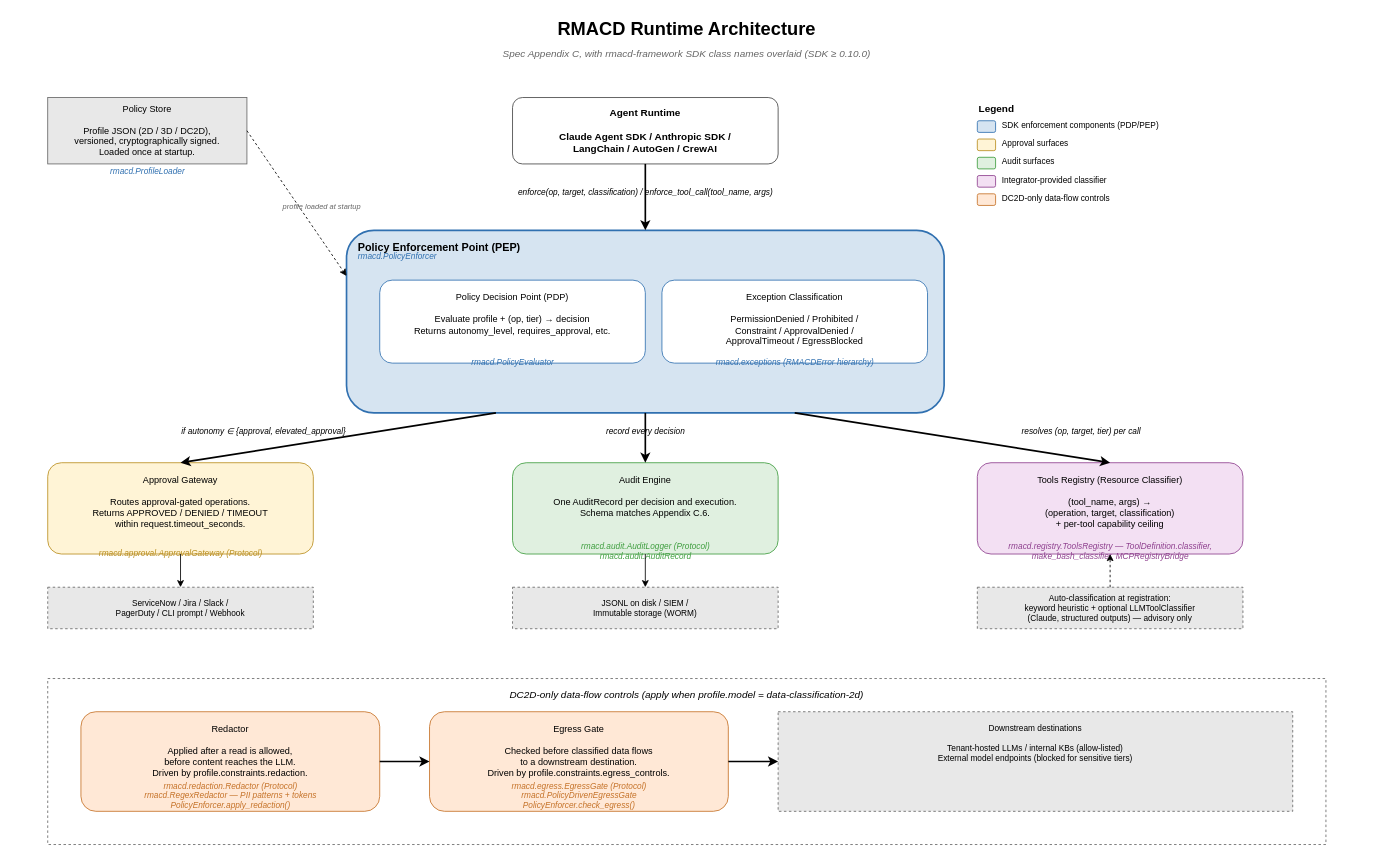
rmacdframework/spec keeps this draw.io diagram as docs/RMACD_Runtime_Architecture.drawio. Above is the earlier version. Source tidied: cells renumbered, new cells numbered last; positions are measured from the earlier drawing's top-left corner, leaving out a move shared by most shapes. Both pictures are drawn from the tidied source at 83%, with x=0, y=0 at pixel (14, 14).
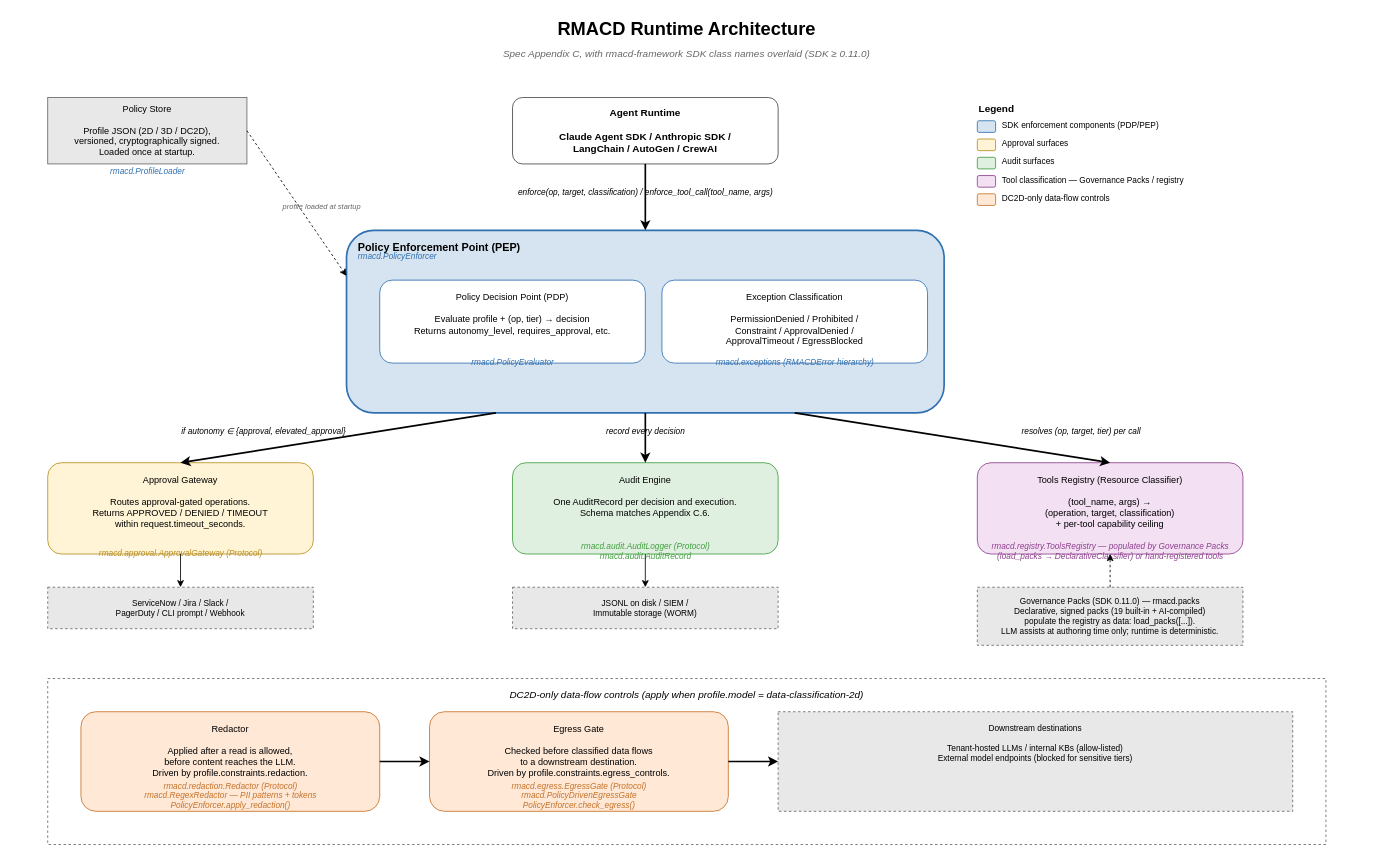
After the change.

Commit message (it also covers changes not shown here):
docs: add Governance Packs diagram; show packs in runtime architecture

Diff of the diagram source:
```diff
@@
-    <mxCell id="3" value="Spec Appendix C, with rmacd-framework SDK class names overlaid (SDK ≥ 0.10.0)" style="text;html=1;align=center;verticalAlign=middle;whiteSpace=wrap;rounded=0;fontSize=12;fontStyle=2;fontColor=#666666;" parent="1" vertex="1">
+    <mxCell id="3" value="Spec Appendix C, with rmacd-framework SDK class names overlaid (SDK ≥ 0.11.0)" style="text;html=1;align=center;verticalAlign=middle;whiteSpace=wrap;rounded=0;fontSize=12;fontStyle=2;fontColor=#666666;" parent="1" vertex="1">
       <mxGeometry y="38" width="1620" height="20" as="geometry" />
     </mxCell>
@@
-    <mxCell id="20" value="rmacd.registry.ToolsRegistry — ToolDefinition.classifier,&#10;make_bash_classifier, MCPRegistryBridge" style="text;html=1;align=center;verticalAlign=middle;fontSize=10;fontStyle=2;fontColor=#8E3F8E;" parent="1" vertex="1">
+    <mxCell id="20" value="rmacd.registry.ToolsRegistry — populated by Governance Packs&#10;(load_packs → DeclarativeClassifier) or hand-registered tools" style="text;html=1;align=center;verticalAlign=middle;fontSize=10;fontStyle=2;fontColor=#8E3F8E;" parent="1" vertex="1">
       <mxGeometry x="1160" y="630" width="320" height="32" as="geometry" />
     </mxCell>
-    <mxCell id="21" value="Auto-classification at registration:&#10;keyword heuristic + optional LLMToolClassifier&#10;(Claude, structured outputs) — advisory only" style="rounded=0;whiteSpace=wrap;html=1;fillColor=#E8E8E8;strokeColor=#666666;fontSize=10;dashed=1;" parent="1" vertex="1">
-      <mxGeometry x="1160" y="690" width="320" height="50" as="geometry" />
+    <mxCell id="21" value="Governance Packs (SDK 0.11.0) — rmacd.packs&#10;Declarative, signed packs (19 built-in + AI-compiled)&#10;populate the registry as data: load_packs([...]).&#10;LLM assists at authoring time only; runtime is deterministic." style="rounded=0;whiteSpace=wrap;html=1;fillColor=#E8E8E8;strokeColor=#666666;fontSize=10;dashed=1;" parent="1" vertex="1">
+      <mxGeometry x="1160" y="690" width="320" height="70" as="geometry" />
     </mxCell>
@@
-    <mxCell id="51" value="Integrator-provided classifier" style="text;html=1;align=left;verticalAlign=middle;fontSize=10;" parent="1" vertex="1">
+    <mxCell id="51" value="Tool classification — Governance Packs / registry" style="text;html=1;align=left;verticalAlign=middle;fontSize=10;" parent="1" vertex="1">
       <mxGeometry x="1188" y="188" width="380" height="22" as="geometry" />
     </mxCell>
```
